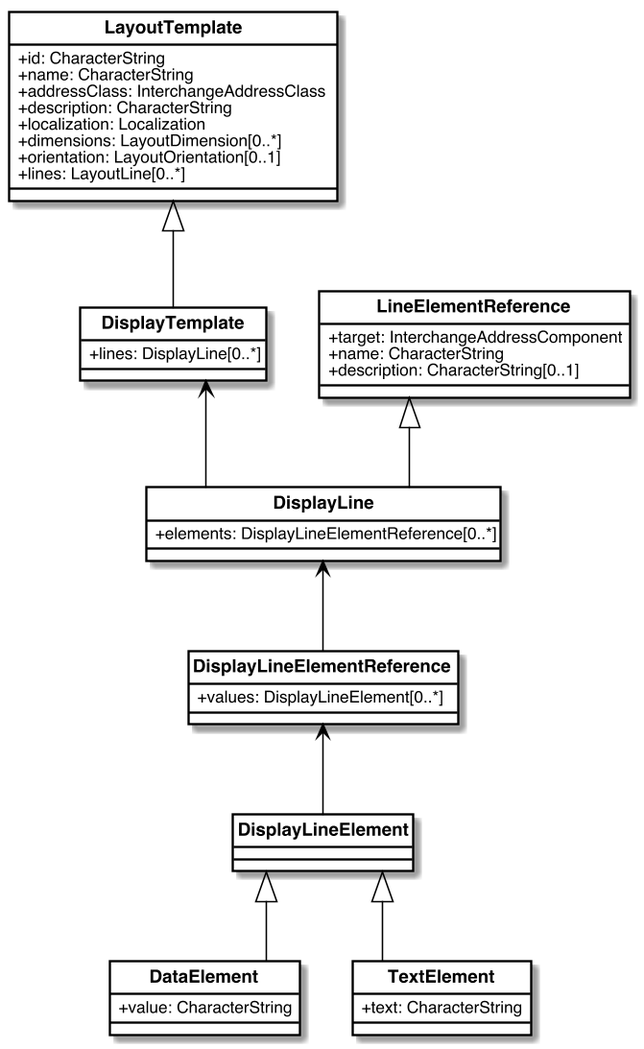
The PlantUML diagram images/DisplayTemplate.png in CalConnect/csd-digital-addresses, before a commit.
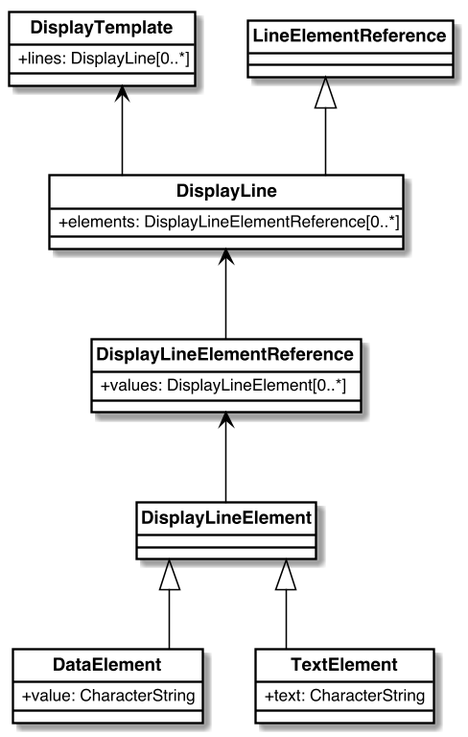
The same file after the commit.

Diff of the diagram source:
```diff
@@ -44,25 +44,11 @@
   +lines: DisplayLine[0..*]
 }
 
-class LayoutTemplate {
-  +id: CharacterString
-  +name: CharacterString
-  +addressClass: InterchangeAddressClass
-  +description: CharacterString
-  +localization: Localization
-  +dimensions: LayoutDimension[0..*]
-  +orientation: LayoutOrientation[0..1]
-  +lines: LayoutLine[0..*]
-}
-
 class DisplayLine {
   +elements: DisplayLineElementReference[0..*]
 }
 
 class LineElementReference {
-  +target: InterchangeAddressComponent
-  +name: CharacterString
-  +description: CharacterString[0..1]
 }
 
 class DisplayLineElementReference {
@@ -84,7 +70,6 @@
 
 
 
-DisplayTemplate -up-|> LayoutTemplate
 DisplayLine -up-|> LineElementReference
 TextElement -up-|> DisplayLineElement
 DataElement -up-|> DisplayLineElement
```
